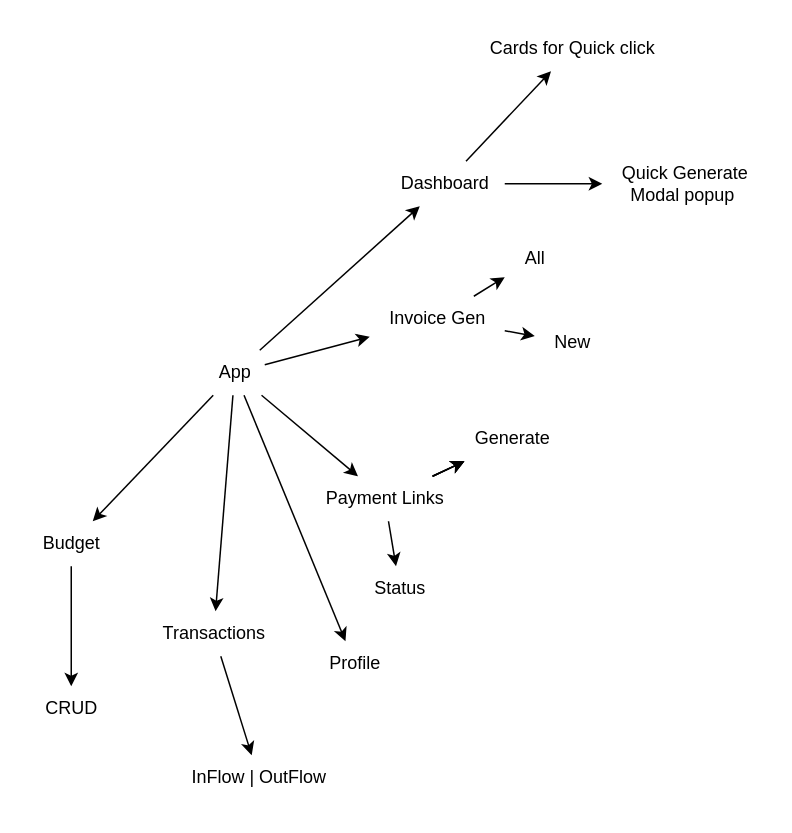
Philix27/Minipay-Hackathon keeps this draw.io diagram as docs/mind.drawio. Above is the earlier version. Source tidied: cells renumbered, new cells numbered last; positions are measured from the earlier drawing's top-left corner, leaving out a move shared by most shapes. Both pictures are drawn from the tidied source at 150%, with x=0, y=0 at pixel (26, 26).
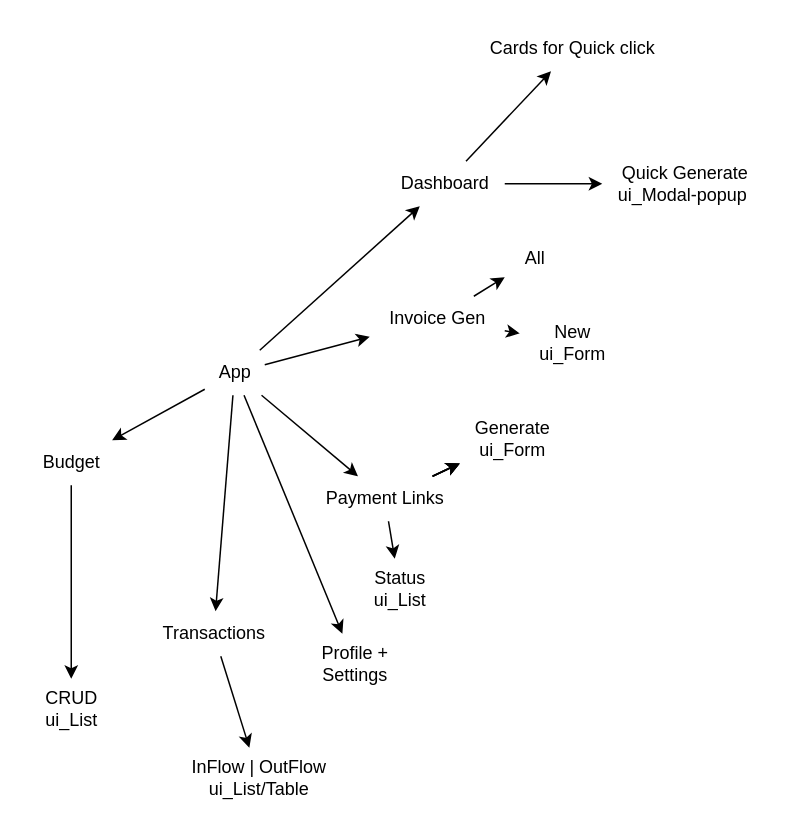
Above is the later version.

Diff of the diagram source:
```diff
@@
-    <mxCell id="19" value="Profile" style="text;html=1;align=center;verticalAlign=middle;points=[];strokeColor=none;fillColor=none;" parent="1" vertex="1">
-      <mxGeometry x="189" y="410" width="60" height="30" as="geometry" />
+    <mxCell id="19" value="Profile + &lt;br&gt;Settings&lt;br&gt;" style="text;html=1;align=center;verticalAlign=middle;points=[];strokeColor=none;fillColor=none;" parent="1" vertex="1">
+      <mxGeometry x="184" y="405" width="70" height="40" as="geometry" />
     </mxCell>
-    <mxCell id="20" value="Generate" style="text;html=1;align=center;verticalAlign=middle;points=[];strokeColor=none;fillColor=none;" parent="1" vertex="1">
-      <mxGeometry x="289" y="260" width="70" height="30" as="geometry" />
+    <mxCell id="20" value="Generate&lt;br&gt;ui_Form" style="text;html=1;align=center;verticalAlign=middle;points=[];strokeColor=none;fillColor=none;" parent="1" vertex="1">
+      <mxGeometry x="289" y="255" width="70" height="40" as="geometry" />
     </mxCell>
-    <mxCell id="21" value="Status" style="text;html=1;align=center;verticalAlign=middle;points=[];strokeColor=none;fillColor=none;" parent="1" vertex="1">
-      <mxGeometry x="219" y="360" width="60" height="30" as="geometry" />
+    <mxCell id="21" value="Status&lt;br&gt;ui_List" style="text;html=1;align=center;verticalAlign=middle;points=[];strokeColor=none;fillColor=none;" parent="1" vertex="1">
+      <mxGeometry x="219" y="355" width="60" height="40" as="geometry" />
     </mxCell>
@@
-    <mxCell id="26" value="New" style="text;html=1;align=center;verticalAlign=middle;points=[];strokeColor=none;fillColor=none;" parent="1" vertex="1">
-      <mxGeometry x="339" y="196" width="50" height="30" as="geometry" />
+    <mxCell id="26" value="New&lt;br&gt;ui_Form" style="text;html=1;align=center;verticalAlign=middle;points=[];strokeColor=none;fillColor=none;" parent="1" vertex="1">
+      <mxGeometry x="329" y="191" width="70" height="40" as="geometry" />
     </mxCell>
@@
-    <mxCell id="28" value="Quick Generate&lt;br&gt;Modal popup&amp;nbsp;" style="text;html=1;align=center;verticalAlign=middle;points=[];strokeColor=none;fillColor=none;" parent="1" vertex="1">
+    <mxCell id="28" value="Quick Generate&lt;br&gt;ui_Modal-popup&amp;nbsp;" style="text;html=1;align=center;verticalAlign=middle;points=[];strokeColor=none;fillColor=none;" parent="1" vertex="1">
       <mxGeometry x="384" y="85" width="110" height="40" as="geometry" />
     </mxCell>
@@
     <mxCell id="30" value="Budget" style="text;html=1;align=center;verticalAlign=middle;points=[];strokeColor=none;fillColor=none;" parent="1" vertex="1">
-      <mxGeometry y="330" width="60" height="30" as="geometry" />
+      <mxGeometry y="276" width="60" height="30" as="geometry" />
     </mxCell>
-    <mxCell id="31" value="CRUD" style="text;html=1;align=center;verticalAlign=middle;points=[];strokeColor=none;fillColor=none;" parent="1" vertex="1">
-      <mxGeometry y="440" width="60" height="30" as="geometry" />
+    <mxCell id="31" value="CRUD&lt;br&gt;ui_List" style="text;html=1;align=center;verticalAlign=middle;points=[];strokeColor=none;fillColor=none;" parent="1" vertex="1">
+      <mxGeometry y="435" width="60" height="40" as="geometry" />
     </mxCell>
-    <mxCell id="32" value="InFlow | OutFlow" style="text;html=1;align=center;verticalAlign=middle;points=[];strokeColor=none;fillColor=none;" parent="1" vertex="1">
-      <mxGeometry x="100" y="486" width="110" height="30" as="geometry" />
+    <mxCell id="32" value="InFlow | OutFlow&lt;br&gt;ui_List/Table" style="text;html=1;align=center;verticalAlign=middle;points=[];strokeColor=none;fillColor=none;" parent="1" vertex="1">
+      <mxGeometry x="100" y="481" width="110" height="40" as="geometry" />
     </mxCell>
```
